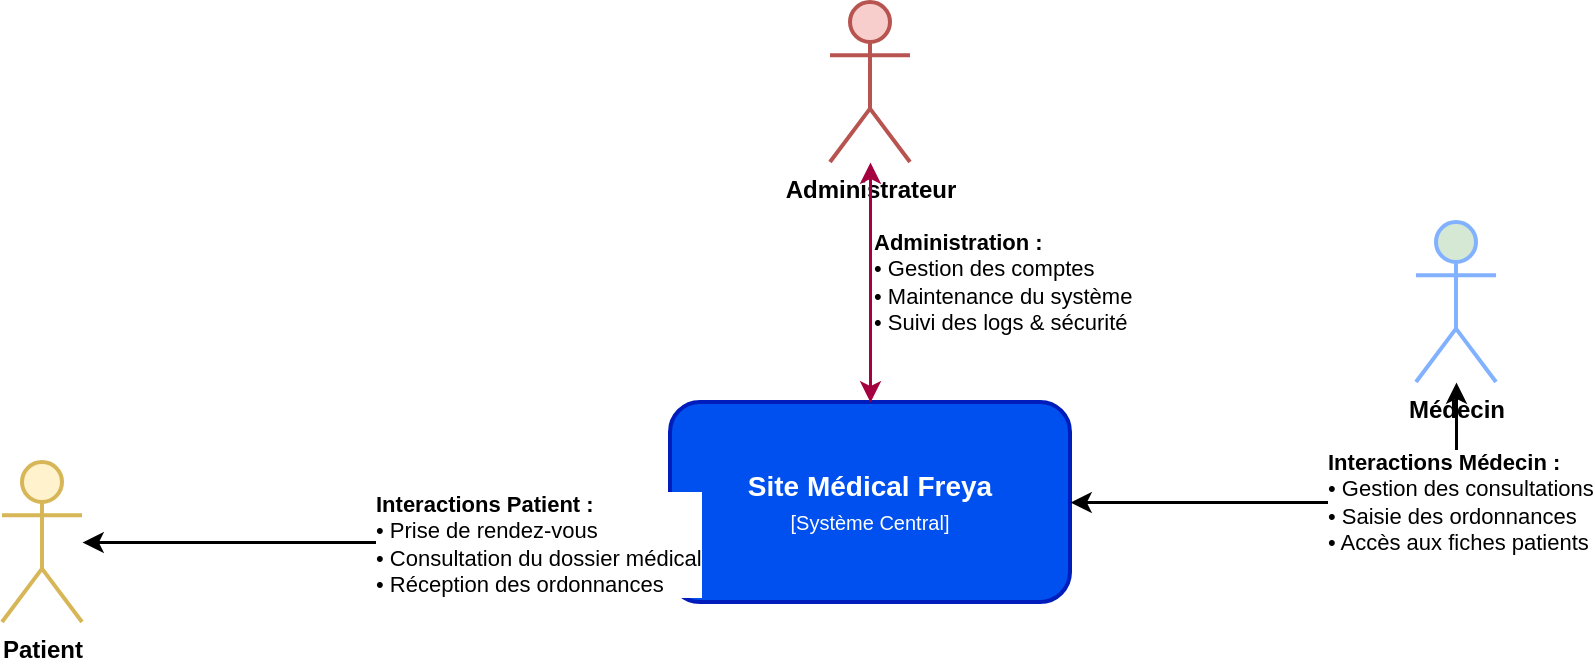
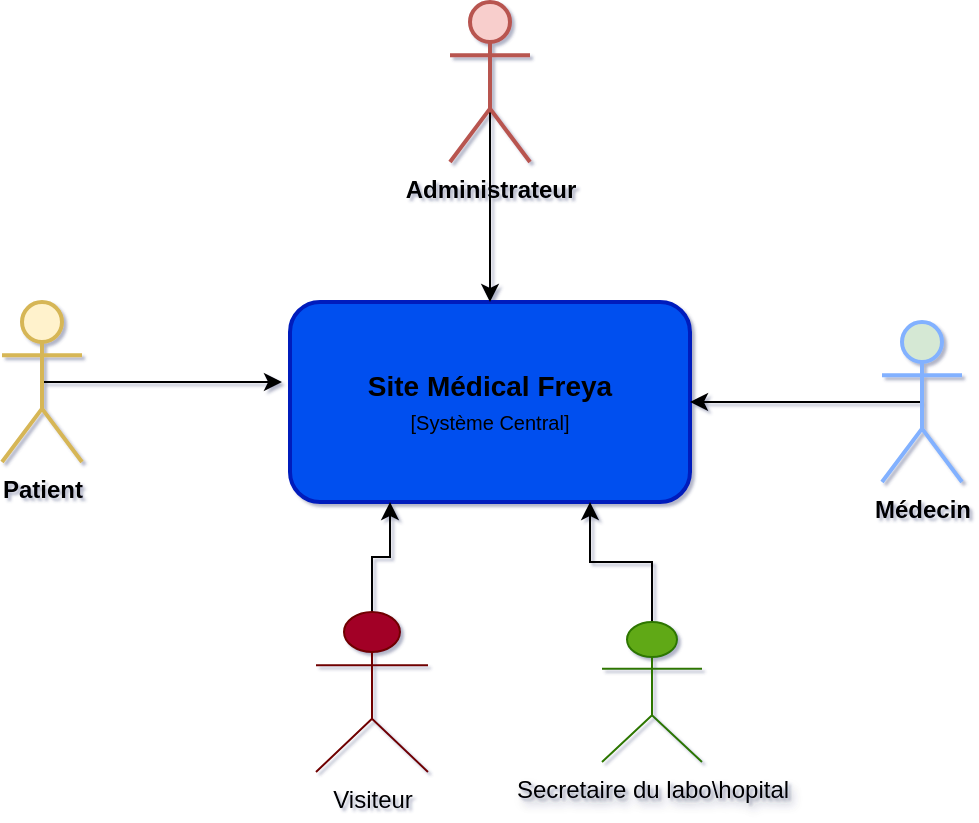
<mxfile host="app.diagrams.net">
  <diagram name="Page-1" id="M3Wr9kkUYFKLP2dL0_R7">
-     <mxGraphModel dx="1106" dy="644" grid="1" gridSize="10" guides="1" tooltips="1" connect="1" arrows="1" fold="1" page="1" pageScale="1" pageWidth="827" pageHeight="1169" background="none" math="0" shadow="0">
+     <mxGraphModel dx="1124" dy="644" grid="1" gridSize="10" guides="1" tooltips="1" connect="1" arrows="1" fold="1" page="1" pageScale="1" pageWidth="827" pageHeight="1169" background="light-dark(#FFFFFF,#FFFFFF)" math="0" shadow="1">
      <root>
        <mxCell id="0" />
        <mxCell id="1" parent="0" />
-         <mxCell id="freya" parent="1" style="rounded=1;whiteSpace=wrap;html=1;fillColor=#0050ef;strokeColor=#001DBC;strokeWidth=2;fontSize=14;align=center;fontColor=#ffffff;" value="&lt;b&gt;Site Médical Freya&lt;/b&gt;&lt;br&gt;&lt;font size=&quot;1&quot;&gt;[Système Central]&lt;/font&gt;" vertex="1">
+         <mxCell id="freya" parent="1" style="rounded=1;whiteSpace=wrap;html=1;fillColor=#0050ef;strokeColor=#001DBC;strokeWidth=2;fontSize=14;align=center;fontColor=light-dark(#000000,#0D0D0D);" value="&lt;b&gt;Site Médical Freya&lt;/b&gt;&lt;br&gt;&lt;font size=&quot;1&quot;&gt;[Système Central]&lt;/font&gt;" vertex="1">
          <mxGeometry height="100" width="200" x="344" y="240" as="geometry" />
        </mxCell>
-         <mxCell id="patient" parent="1" style="shape=umlActor;verticalLabelPosition=bottom;verticalAlign=top;html=1;outlineConnect=0;fillColor=#fff2cc;strokeColor=#d6b656;strokeWidth=2;fontSize=12;fontStyle=1" value="Patient" vertex="1">
-           <mxGeometry height="80" width="40" x="10" y="270" as="geometry" />
-         </mxCell>
-         <mxCell id="medecin" parent="1" style="shape=umlActor;verticalLabelPosition=bottom;verticalAlign=top;html=1;outlineConnect=0;fillColor=#d5e8d4;strokeColor=#82b1ff;strokeWidth=2;fontSize=12;fontStyle=1" value="Médecin" vertex="1">
-           <mxGeometry height="80" width="40" x="717" y="150" as="geometry" />
-         </mxCell>
-         <mxCell id="admin" parent="1" style="shape=umlActor;verticalLabelPosition=bottom;verticalAlign=top;html=1;outlineConnect=0;fillColor=#f8cecc;strokeColor=#b85450;strokeWidth=2;fontSize=12;fontStyle=1" value="Administrateur" vertex="1">
-           <mxGeometry height="80" width="40" x="424" y="40" as="geometry" />
-         </mxCell>
-         <mxCell id="flow_patient_freya" edge="1" parent="1" source="patient" style="edgeStyle=orthogonalEdgeStyle;rounded=1;html=1;startArrow=classic;endArrow=classic;strokeWidth=1.5;fontSize=11;align=left;labelBackgroundColor=#ffffff;" value="&lt;b&gt;Interactions Patient :&lt;/b&gt;&lt;br&gt;• Prise de rendez-vous&lt;br&gt;• Consultation du dossier médical&lt;br&gt;• Réception des ordonnances">
+         <mxCell id="0oInK56q4f-W4GklZcOu-1" edge="1" parent="1" source="patient" style="edgeStyle=orthogonalEdgeStyle;rounded=0;orthogonalLoop=1;jettySize=auto;html=1;exitX=0.5;exitY=0.5;exitDx=0;exitDy=0;exitPerimeter=0;fontColor=light-dark(#000000,#0D0D0D);">
          <mxGeometry relative="1" as="geometry">
-             <mxPoint as="offset" />
-             <mxPoint x="60" y="310" as="sourcePoint" />
-             <mxPoint x="340" y="310" as="targetPoint" />
+             <mxPoint x="340" y="280" as="targetPoint" />
          </mxGeometry>
        </mxCell>
-         <mxCell id="flow_medecin_freya" edge="1" parent="1" source="freya" style="edgeStyle=orthogonalEdgeStyle;rounded=1;html=1;startArrow=classic;endArrow=classic;strokeWidth=1.5;fontSize=11;align=left;labelBackgroundColor=#ffffff;" target="medecin" value="&lt;b&gt;Interactions Médecin :&lt;/b&gt;&lt;br&gt;• Gestion des consultations&lt;br&gt;• Saisie des ordonnances&lt;br&gt;• Accès aux fiches patients">
-           <mxGeometry relative="1" as="geometry">
-             <mxPoint x="450" y="310" as="sourcePoint" />
-             <mxPoint x="620" y="310" as="targetPoint" />
-           </mxGeometry>
+         <mxCell id="patient" parent="1" style="shape=umlActor;verticalLabelPosition=bottom;verticalAlign=top;html=1;outlineConnect=0;fillColor=#fff2cc;strokeColor=#d6b656;strokeWidth=2;fontSize=12;fontStyle=1;fontColor=light-dark(#000000,#0D0D0D);" value="Patient" vertex="1">
+           <mxGeometry height="80" width="40" x="200" y="240" as="geometry" />
        </mxCell>
-         <mxCell id="flow_admin_freya" edge="1" parent="1" source="admin" style="edgeStyle=orthogonalEdgeStyle;rounded=1;html=1;startArrow=classic;endArrow=classic;strokeWidth=1.5;fontSize=11;align=left;labelBackgroundColor=#ffffff;fillColor=#d80073;strokeColor=#A50040;" target="freya" value="&lt;b&gt;Administration :&lt;/b&gt;&lt;br&gt;• Gestion des comptes&lt;br&gt;• Maintenance du système&lt;br&gt;• Suivi des logs &amp;amp; sécurité">
-           <mxGeometry relative="1" as="geometry">
-             <mxPoint x="340" y="210" as="sourcePoint" />
-             <mxPoint x="340" y="250" as="targetPoint" />
-           </mxGeometry>
+         <mxCell id="0oInK56q4f-W4GklZcOu-2" edge="1" parent="1" source="medecin" style="edgeStyle=orthogonalEdgeStyle;rounded=0;orthogonalLoop=1;jettySize=auto;html=1;exitX=0.5;exitY=0.5;exitDx=0;exitDy=0;exitPerimeter=0;entryX=1;entryY=0.5;entryDx=0;entryDy=0;fontColor=light-dark(#000000,#0D0D0D);" target="freya">
+           <mxGeometry relative="1" as="geometry" />
+         </mxCell>
+         <mxCell id="medecin" parent="1" style="shape=umlActor;verticalLabelPosition=bottom;verticalAlign=top;html=1;outlineConnect=0;fillColor=#d5e8d4;strokeColor=#82b1ff;strokeWidth=2;fontSize=12;fontStyle=1;fontColor=light-dark(#000000,#0D0D0D);" value="Médecin" vertex="1">
+           <mxGeometry height="80" width="40" x="640" y="250" as="geometry" />
+         </mxCell>
+         <mxCell id="0oInK56q4f-W4GklZcOu-4" edge="1" parent="1" source="admin" style="edgeStyle=orthogonalEdgeStyle;rounded=0;orthogonalLoop=1;jettySize=auto;html=1;exitX=0.5;exitY=0.5;exitDx=0;exitDy=0;exitPerimeter=0;fontColor=light-dark(#000000,#0D0D0D);" target="freya">
+           <mxGeometry relative="1" as="geometry" />
+         </mxCell>
+         <mxCell id="admin" parent="1" style="shape=umlActor;verticalLabelPosition=bottom;verticalAlign=top;html=1;outlineConnect=0;fillColor=#f8cecc;strokeColor=#b85450;strokeWidth=2;fontSize=12;fontStyle=1;fontColor=light-dark(#000000,#0D0D0D);" value="Administrateur" vertex="1">
+           <mxGeometry height="80" width="40" x="424" y="90" as="geometry" />
+         </mxCell>
+         <mxCell id="0oInK56q4f-W4GklZcOu-6" edge="1" parent="1" source="0oInK56q4f-W4GklZcOu-5" style="edgeStyle=orthogonalEdgeStyle;rounded=0;orthogonalLoop=1;jettySize=auto;html=1;exitX=0.5;exitY=0.5;exitDx=0;exitDy=0;exitPerimeter=0;entryX=0.75;entryY=1;entryDx=0;entryDy=0;fontColor=light-dark(#000000,#0D0D0D);" target="freya">
+           <mxGeometry relative="1" as="geometry" />
+         </mxCell>
+         <mxCell id="0oInK56q4f-W4GklZcOu-5" parent="1" style="shape=umlActor;verticalLabelPosition=bottom;verticalAlign=top;html=1;outlineConnect=0;fillColor=#60a917;fontColor=light-dark(#000000,#0D0D0D);strokeColor=#2D7600;textShadow=1;" value="Secretaire du labo\hopital" vertex="1">
+           <mxGeometry height="70" width="50" x="500" y="400" as="geometry" />
+         </mxCell>
+         <mxCell id="0oInK56q4f-W4GklZcOu-10" edge="1" parent="1" source="0oInK56q4f-W4GklZcOu-9" style="edgeStyle=orthogonalEdgeStyle;rounded=0;orthogonalLoop=1;jettySize=auto;html=1;exitX=0.5;exitY=0.5;exitDx=0;exitDy=0;exitPerimeter=0;entryX=0.25;entryY=1;entryDx=0;entryDy=0;fontColor=light-dark(#000000,#0D0D0D);" target="freya">
+           <mxGeometry relative="1" as="geometry" />
+         </mxCell>
+         <mxCell id="0oInK56q4f-W4GklZcOu-9" parent="1" style="shape=umlActor;verticalLabelPosition=bottom;verticalAlign=top;html=1;outlineConnect=0;fontColor=light-dark(#000000,#0D0D0D);fillColor=#a20025;strokeColor=#6F0000;" value="Visiteur" vertex="1">
+           <mxGeometry height="80" width="56" x="357" y="395" as="geometry" />
        </mxCell>
      </root>
    </mxGraphModel>
  </diagram>
</mxfile>
